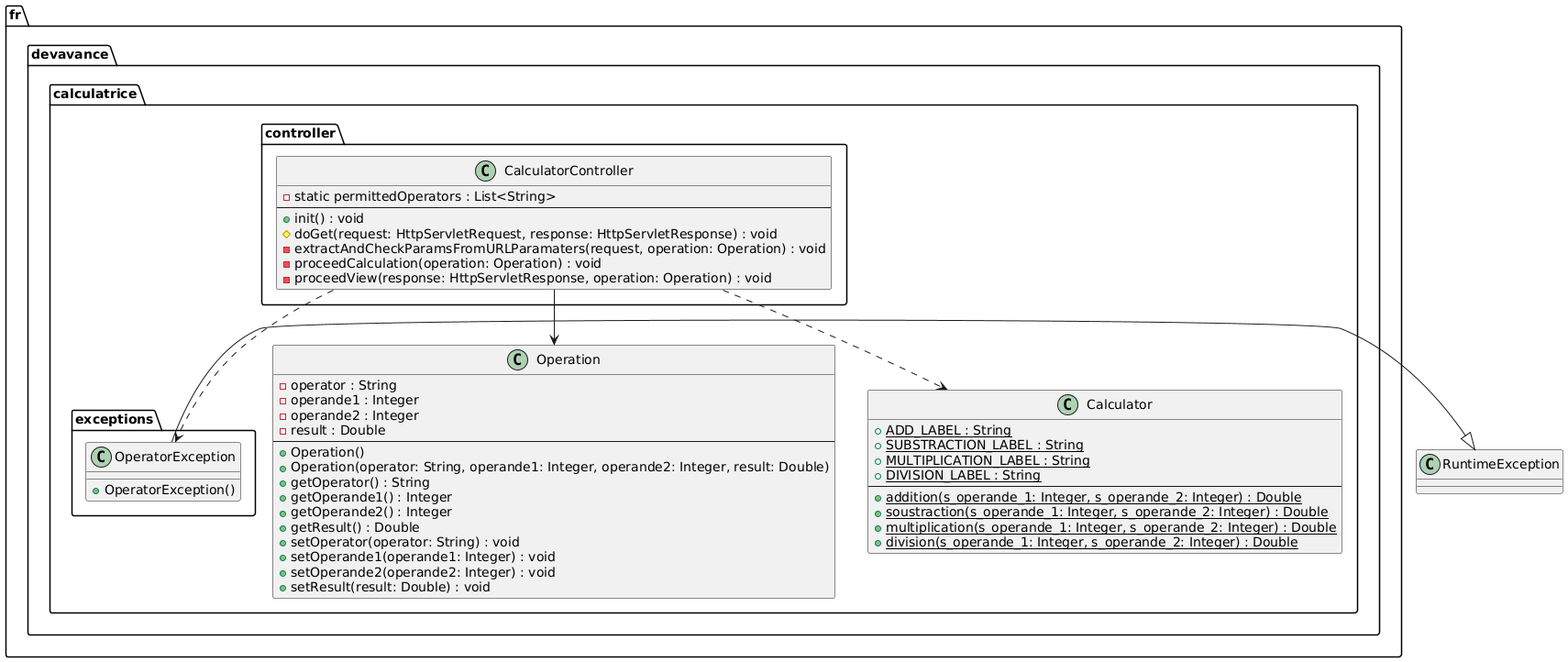
Earlier version of the PlantUML export uml_final.png (SCAnas2005/r5a05_calculatrice_backend).
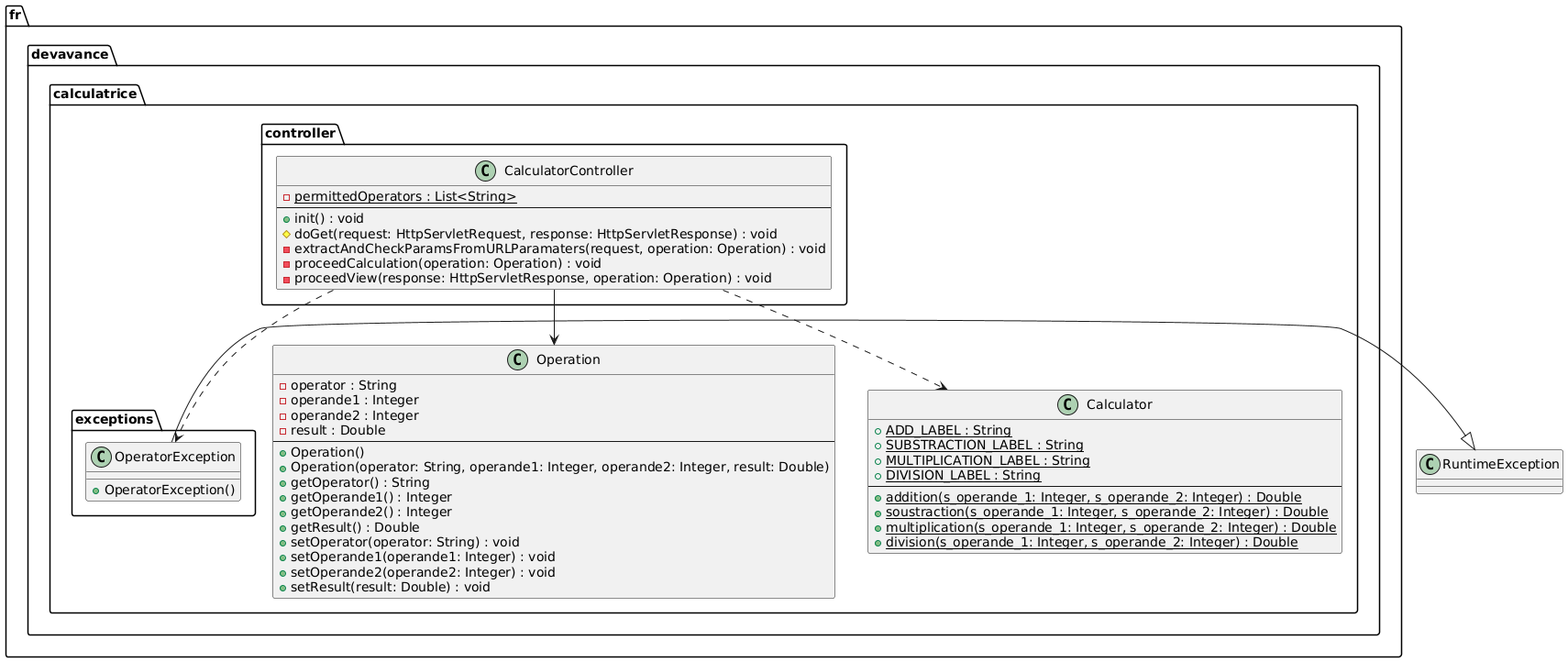
After the commit.

Change to the diagram source:
```diff
@@ -1,7 +1,7 @@
 @startuml
 package "fr.devavance.calculatrice.controller" {
     class CalculatorController {
-        - static permittedOperators : List<String>
+        - {static} permittedOperators : List<String>
         --
         + init() : void
         # doGet(request: HttpServletRequest, response: HttpServletResponse) : void
```
